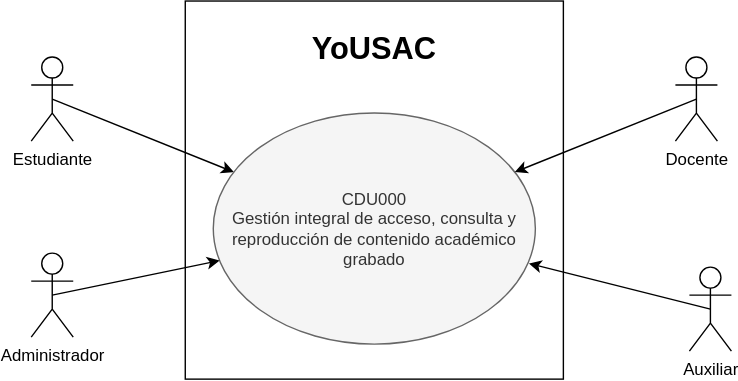
Earlier version of the draw.io export Documentacion/CDU/CDU_AltoNivel_202307691.drawio.svg (thanya-gate/SA_PROYECTO_202307691). Source tidied: cells renumbered, new cells last; positions are measured from the earlier drawing's top-left corner, leaving out a move shared by most shapes. The source it was exported from:
```xml
<mxGraphModel>
  <root>
    <mxCell id="0" />
    <mxCell id="1" parent="0" />
    <mxCell id="2" value="Object" style="html=1;whiteSpace=wrap;" parent="1" vertex="1">
      <mxGeometry x="110" width="270" height="270" as="geometry" />
    </mxCell>
    <mxCell id="3" style="rounded=0;jettySize=auto;html=1;exitX=0.5;exitY=0.5;exitDx=0;exitDy=0;exitPerimeter=0;" parent="1" edge="1" source="4" target="5">
      <mxGeometry relative="1" as="geometry" />
    </mxCell>
    <mxCell id="4" value="Estudiante" style="shape=umlActor;verticalLabelPosition=bottom;verticalAlign=top;html=1;outlineConnect=0;" parent="1" vertex="1">
      <mxGeometry y="40" width="30" height="60" as="geometry" />
    </mxCell>
    <mxCell id="5" value="&lt;div&gt;CDU000&lt;/div&gt;Gestión integral de acceso, consulta y reproducción de contenido académico grabado" style="ellipse;whiteSpace=wrap;html=1;fillColor=#f5f5f5;strokeColor=#666666;fontColor=#333333;" parent="1" vertex="1">
      <mxGeometry x="130" y="80" width="230" height="165" as="geometry" />
    </mxCell>
    <mxCell id="6" style="rounded=0;jettySize=auto;html=1;exitX=0.5;exitY=0.5;exitDx=0;exitDy=0;exitPerimeter=0;" parent="1" edge="1" source="7" target="5">
      <mxGeometry relative="1" as="geometry" />
    </mxCell>
    <mxCell id="7" value="Docente" style="shape=umlActor;verticalLabelPosition=bottom;verticalAlign=top;html=1;" parent="1" vertex="1">
      <mxGeometry x="460" y="40" width="30" height="60" as="geometry" />
    </mxCell>
    <mxCell id="8" value="Auxiliar" style="shape=umlActor;verticalLabelPosition=bottom;verticalAlign=top;html=1;" parent="1" vertex="1">
      <mxGeometry x="470" y="190" width="30" height="60" as="geometry" />
    </mxCell>
    <mxCell id="9" style="rounded=0;jettySize=auto;html=1;exitX=0.5;exitY=0.5;exitDx=0;exitDy=0;exitPerimeter=0;" parent="1" edge="1" source="10" target="5">
      <mxGeometry relative="1" as="geometry" />
    </mxCell>
    <mxCell id="10" value="Administrador" style="shape=umlActor;verticalLabelPosition=bottom;verticalAlign=top;html=1;" parent="1" vertex="1">
      <mxGeometry y="180" width="30" height="60" as="geometry" />
    </mxCell>
    <mxCell id="11" value="&lt;b&gt;&lt;font style=&quot;font-size: 22px;&quot;&gt;YoUSAC&lt;/font&gt;&lt;/b&gt;" style="text;html=1;whiteSpace=wrap;strokeColor=none;fillColor=none;align=center;verticalAlign=middle;rounded=0;" parent="1" vertex="1">
      <mxGeometry x="215" y="20" width="60" height="30" as="geometry" />
    </mxCell>
    <mxCell id="12" style="rounded=0;jettySize=auto;html=1;exitX=0.5;exitY=0.5;exitDx=0;exitDy=0;exitPerimeter=0;entryX=0.98;entryY=0.651;entryDx=0;entryDy=0;entryPerimeter=0;" parent="1" edge="1" source="8" target="5">
      <mxGeometry relative="1" as="geometry" />
    </mxCell>
  </root>
</mxGraphModel>
```
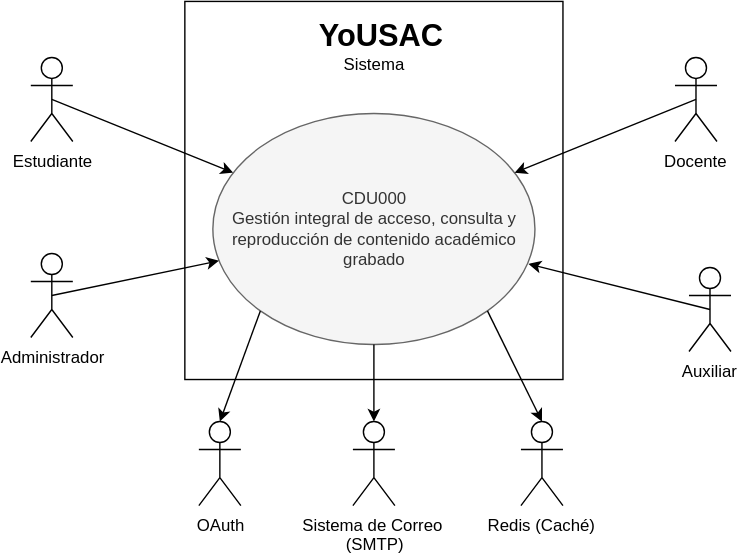
Later version of the same file.

Diff of the diagram source:
```diff
@@ -30,10 +30,31 @@
       <mxGeometry y="180" width="30" height="60" as="geometry" />
     </mxCell>
     <mxCell id="11" value="&lt;b&gt;&lt;font style=&quot;font-size: 22px;&quot;&gt;YoUSAC&lt;/font&gt;&lt;/b&gt;" style="text;html=1;whiteSpace=wrap;strokeColor=none;fillColor=none;align=center;verticalAlign=middle;rounded=0;" parent="1" vertex="1">
-      <mxGeometry x="215" y="20" width="60" height="30" as="geometry" />
+      <mxGeometry x="220" y="10" width="60" height="30" as="geometry" />
     </mxCell>
     <mxCell id="12" style="rounded=0;jettySize=auto;html=1;exitX=0.5;exitY=0.5;exitDx=0;exitDy=0;exitPerimeter=0;entryX=0.98;entryY=0.651;entryDx=0;entryDy=0;entryPerimeter=0;" parent="1" edge="1" source="8" target="5">
       <mxGeometry relative="1" as="geometry" />
     </mxCell>
+    <mxCell id="13" value="OAuth" style="shape=umlActor;verticalLabelPosition=bottom;verticalAlign=top;html=1;" parent="1" vertex="1">
+      <mxGeometry x="120" y="300" width="30" height="60" as="geometry" />
+    </mxCell>
+    <mxCell id="14" value="Sistema de Correo&amp;nbsp;&lt;div&gt;(SMTP)&lt;/div&gt;" style="shape=umlActor;verticalLabelPosition=bottom;verticalAlign=top;html=1;" parent="1" vertex="1">
+      <mxGeometry x="230" y="300" width="30" height="60" as="geometry" />
+    </mxCell>
+    <mxCell id="15" value="Redis (Caché)" style="shape=umlActor;verticalLabelPosition=bottom;verticalAlign=top;html=1;" parent="1" vertex="1">
+      <mxGeometry x="350" y="300" width="30" height="60" as="geometry" />
+    </mxCell>
+    <mxCell id="16" style="rounded=0;jettySize=auto;html=1;exitX=0;exitY=1;exitDx=0;exitDy=0;entryX=0.5;entryY=0;entryDx=0;entryDy=0;entryPerimeter=0;" parent="1" edge="1" source="5" target="13">
+      <mxGeometry relative="1" as="geometry" />
+    </mxCell>
+    <mxCell id="17" style="edgeStyle=orthogonalEdgeStyle;rounded=0;jettySize=auto;html=1;exitX=0.5;exitY=1;exitDx=0;exitDy=0;entryX=0.5;entryY=0;entryDx=0;entryDy=0;entryPerimeter=0;" parent="1" edge="1" source="5" target="14">
+      <mxGeometry relative="1" as="geometry" />
+    </mxCell>
+    <mxCell id="18" style="rounded=0;jettySize=auto;html=1;exitX=1;exitY=1;exitDx=0;exitDy=0;entryX=0.5;entryY=0;entryDx=0;entryDy=0;entryPerimeter=0;" parent="1" edge="1" source="5" target="15">
+      <mxGeometry relative="1" as="geometry" />
+    </mxCell>
+    <mxCell id="19" value="Sistema" style="text;html=1;whiteSpace=wrap;strokeColor=none;fillColor=none;align=center;verticalAlign=middle;rounded=0;" parent="1" vertex="1">
+      <mxGeometry x="215" y="30" width="60" height="30" as="geometry" />
+    </mxCell>
   </root>
 </mxGraphModel>
```
